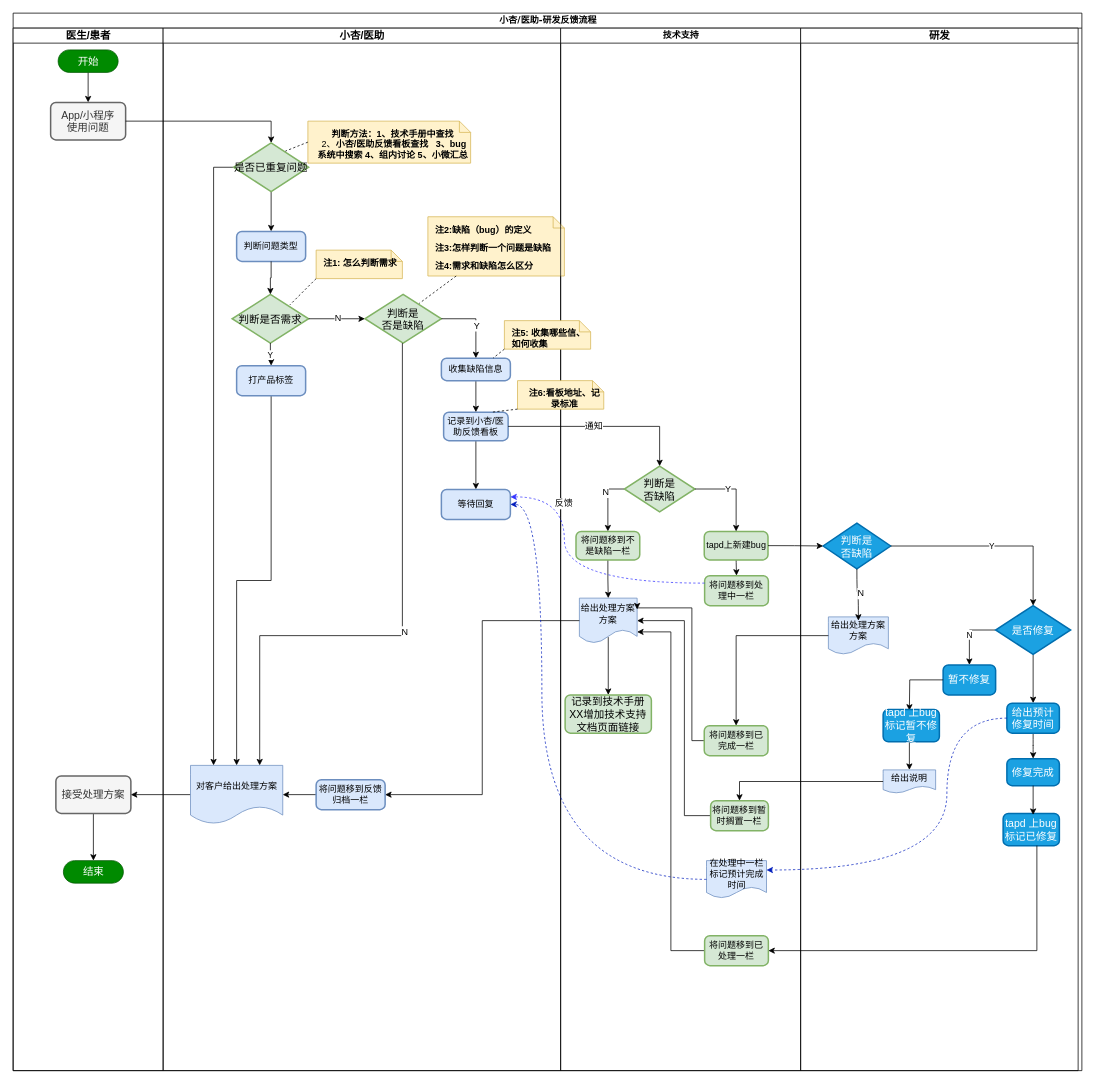
This is 小杏_医助-研发反馈流程.drawio from wupengyue/Blog, a draw.io file, before an edit. Source tidied: cells renumbered, new cells numbered last; positions are measured from the earlier drawing's top-left corner, leaving out a move shared by most shapes. Both pictures are drawn from the tidied source at 75%, with x=0, y=0 at pixel (13, 13).
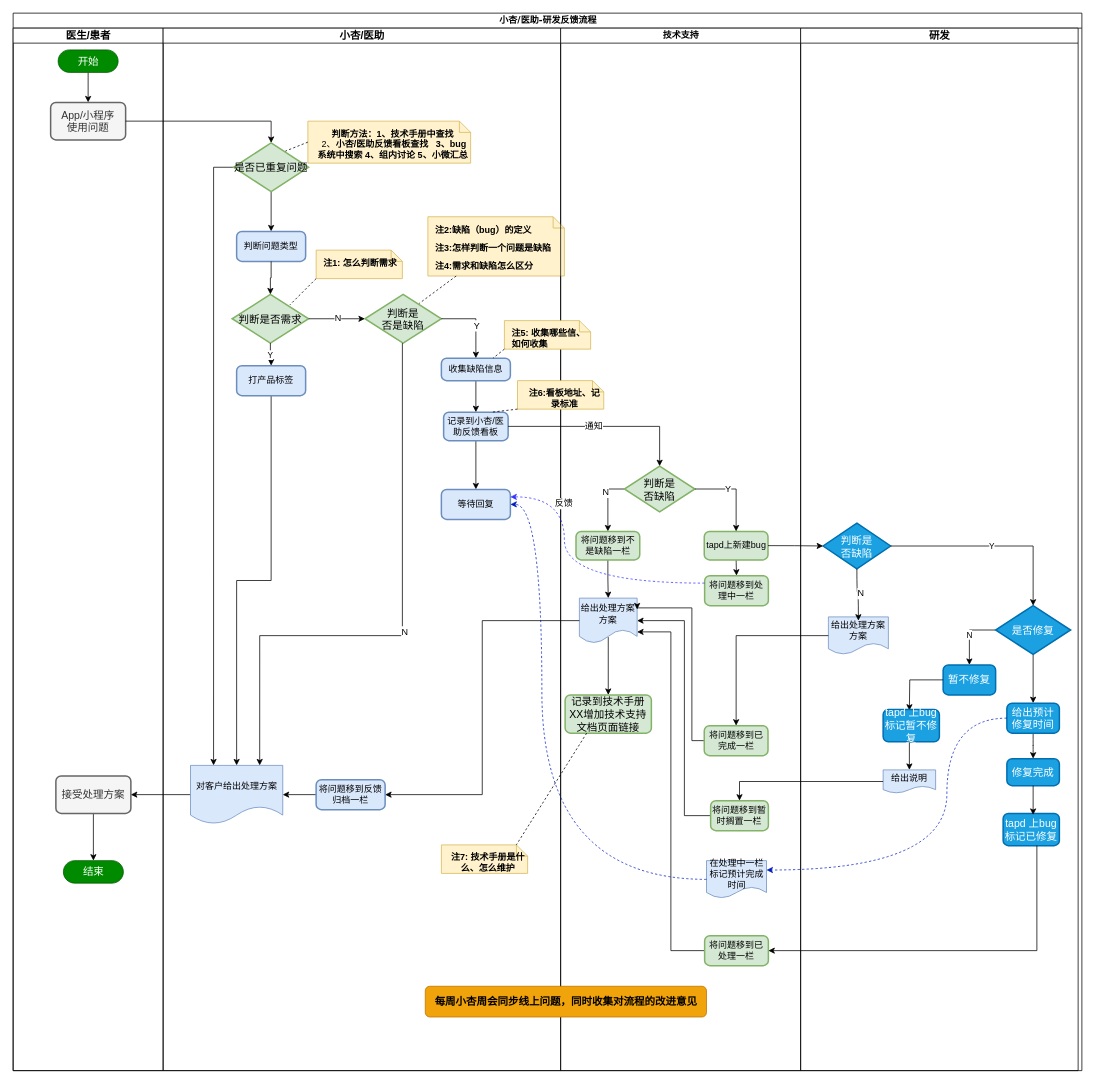
After the change.

Commit message:
更新小杏_医助-研发反馈流程.drawio

Unchanged cells that the change refers to:
```xml
<mxCell id="12" value="&lt;font style=&quot;font-size: 14px&quot;&gt;小杏/医助&lt;/font&gt;" style="swimlane;html=1;startSize=20;glass=0;" parent="2" vertex="1">
  <mxGeometry x="200" y="20" width="530" height="1390" as="geometry" />
</mxCell>
<mxCell id="44" value="技术支持" style="swimlane;html=1;startSize=20;" parent="12" vertex="1">
  <mxGeometry x="530" width="320" height="1390" as="geometry" />
</mxCell>
<mxCell id="51" value="&lt;font style=&quot;font-size: 14px&quot;&gt;记录到技术手册&lt;br&gt;XX增加技术支持文档页面链接&lt;br&gt;&lt;/font&gt;" style="rounded=1;whiteSpace=wrap;html=1;absoluteArcSize=1;arcSize=14;strokeWidth=2;fillColor=#d5e8d4;strokeColor=#82b366;" parent="44" vertex="1">
  <mxGeometry x="6" y="889" width="115" height="51" as="geometry" />
</mxCell>
```

What changed in the source:
```diff
@@
+    <mxCell id="101" value="&lt;b&gt;&lt;font color=&quot;#000000&quot; style=&quot;font-size: 14px&quot;&gt;每周小杏周会同步线上问题，同时收集对流程的改进意见&lt;/font&gt;&lt;/b&gt;" style="rounded=1;whiteSpace=wrap;html=1;fillColor=#f0a30a;strokeColor=#BD7000;fontColor=#ffffff;" parent="44" vertex="1">
+      <mxGeometry x="-180.5" y="1277.5" width="375" height="41" as="geometry" />
+    </mxCell>
@@
+    <mxCell id="102" style="group;" parent="12" vertex="1">
+      <mxGeometry x="371" y="1089" width="115" height="38" as="geometry" />
+    </mxCell>
+    <mxCell id="103" value="&lt;p style=&quot;text-align: center ; margin: 10px 0px 0px 10px&quot;&gt;&lt;b&gt;注7: 技术手册是什么、怎么维护&lt;/b&gt;&lt;/p&gt;" style="shape=note;html=1;size=15;spacingLeft=5;align=left;html=1;overflow=fill;whiteSpace=wrap;align=center;fillColor=#fff2cc;strokeColor=#d6b656;" parent="102" vertex="1">
+      <mxGeometry width="115" height="38" as="geometry" />
+    </mxCell>
+    <mxCell id="104" style="rounded=0;html=1;labelBackgroundColor=none;endArrow=none;dashed=1;entryX=0;entryY=0;entryDx=100;entryDy=0;exitX=0.25;exitY=1;exitDx=0;exitDy=0;entryPerimeter=0;" parent="12" edge="1" source="51" target="103">
+      <mxGeometry relative="1" as="geometry" />
+    </mxCell>
```
